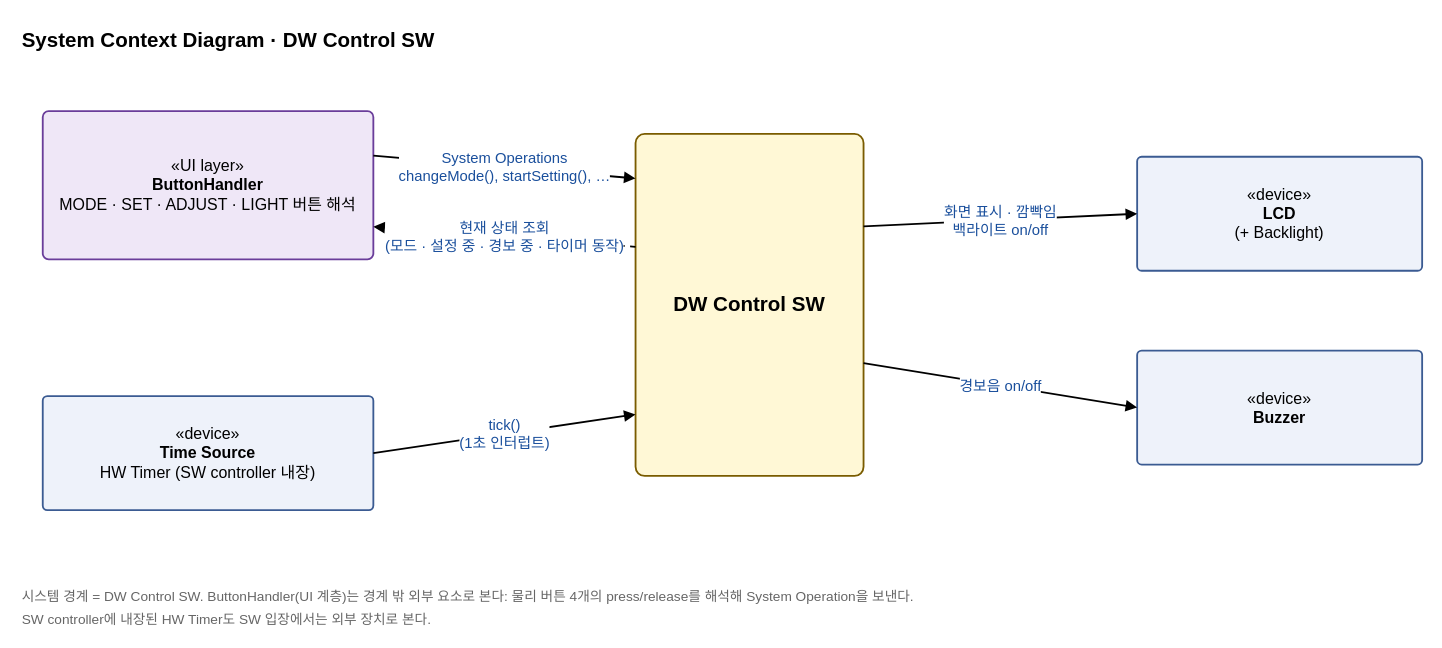
This is docs/OOAD/practice/context/DigitalWatch_SystemContext.drawio from sspring2048/AssoArch, a draw.io file, before an edit. Source tidied: cells renumbered, new cells numbered last; positions are measured from the earlier drawing's top-left corner, leaving out a move shared by most shapes. Both pictures are drawn from the tidied source at 114%, with x=0, y=0 at pixel (19, 19).
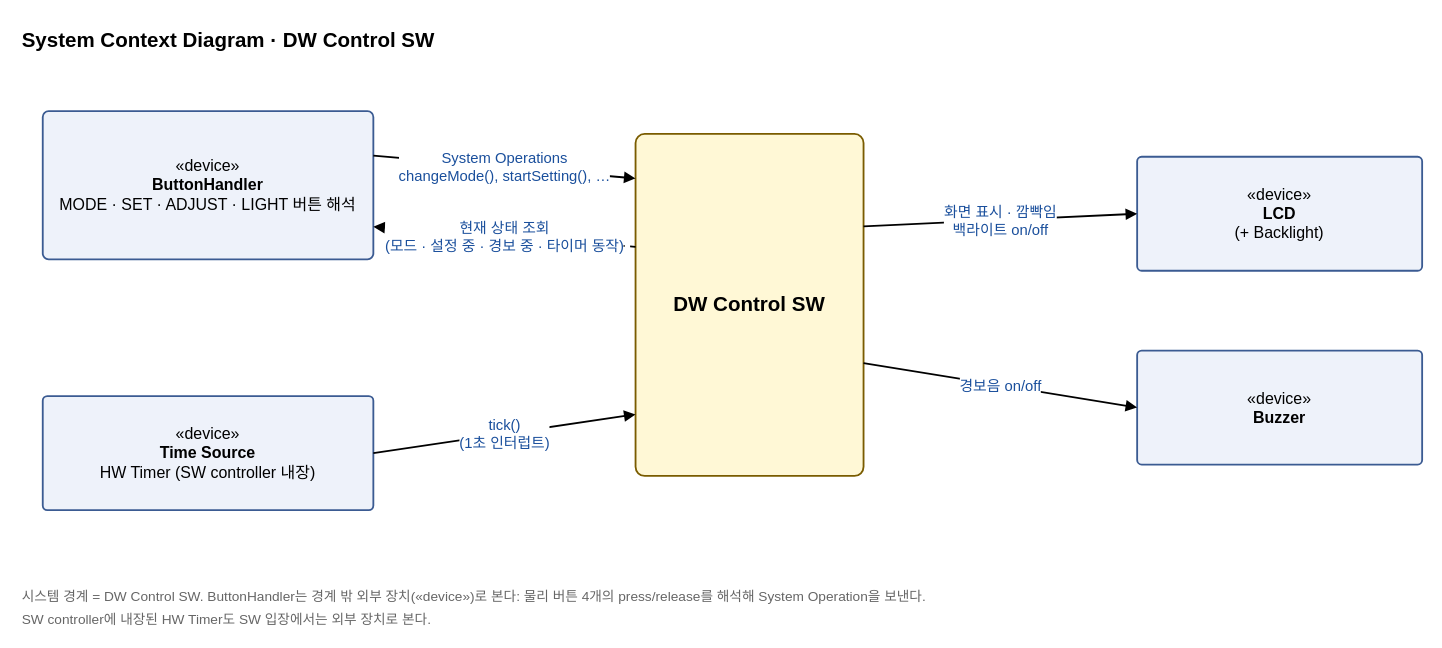
Above is the later version.

What changed in the source:
```diff
@@
 <mxGraphModel>
   <root>
     <mxCell id="0" />
     <mxCell id="1" parent="0" />
     <mxCell id="2" value="System Context Diagram · DW Control SW" style="text;fontSize=18;fontStyle=1;align=left;" parent="1" vertex="1">
       <mxGeometry width="520" height="30" as="geometry" />
     </mxCell>
-    <mxCell id="3" value="«UI layer»&lt;br&gt;&lt;b&gt;ButtonHandler&lt;/b&gt;&lt;br&gt;MODE · SET · ADJUST · LIGHT 버튼 해석" style="rounded=1;arcSize=4;whiteSpace=wrap;html=1;fillColor=#efe7f7;strokeColor=#6a3d9a;strokeWidth=1.6;fontSize=14;" parent="1" vertex="1">
+    <mxCell id="3" value="«device»&lt;br&gt;&lt;b&gt;ButtonHandler&lt;/b&gt;&lt;br&gt;MODE · SET · ADJUST · LIGHT 버튼 해석" style="rounded=1;arcSize=4;whiteSpace=wrap;html=1;fillColor=#eef2fa;strokeColor=#3b5b92;strokeWidth=1.6;fontSize=14;" parent="1" vertex="1">
       <mxGeometry x="20" y="80" width="290" height="130" as="geometry" />
     </mxCell>
     <mxCell id="4" value="«device»&lt;br&gt;&lt;b&gt;Time Source&lt;/b&gt;&lt;br&gt;HW Timer (SW controller 내장)" style="rounded=1;arcSize=4;whiteSpace=wrap;html=1;fillColor=#eef2fa;strokeColor=#3b5b92;strokeWidth=1.6;fontSize=14;" parent="1" vertex="1">
       <mxGeometry x="20" y="330" width="290" height="100" as="geometry" />
     </mxCell>
     <mxCell id="5" value="&lt;b&gt;DW Control SW&lt;/b&gt;" style="rounded=1;arcSize=4;whiteSpace=wrap;html=1;fillColor=#fff8d6;strokeColor=#7a5c00;strokeWidth=1.6;fontSize=18;" parent="1" vertex="1">
       <mxGeometry x="540" y="100" width="200" height="300" as="geometry" />
     </mxCell>
     <mxCell id="6" value="«device»&lt;br&gt;&lt;b&gt;LCD&lt;/b&gt;&lt;br&gt;(+ Backlight)" style="rounded=1;arcSize=4;whiteSpace=wrap;html=1;fillColor=#eef2fa;strokeColor=#3b5b92;strokeWidth=1.6;fontSize=14;" parent="1" vertex="1">
       <mxGeometry x="980" y="120" width="250" height="100" as="geometry" />
     </mxCell>
     <mxCell id="7" value="«device»&lt;br&gt;&lt;b&gt;Buzzer&lt;/b&gt;" style="rounded=1;arcSize=4;whiteSpace=wrap;html=1;fillColor=#eef2fa;strokeColor=#3b5b92;strokeWidth=1.6;fontSize=14;" parent="1" vertex="1">
       <mxGeometry x="980" y="290" width="250" height="100" as="geometry" />
     </mxCell>
     <mxCell id="8" value="System Operations&lt;br&gt;changeMode(), startSetting(), …" style="endArrow=block;endFill=1;html=1;strokeWidth=1.6;fontSize=13;fontColor=#1a4f9c;labelBackgroundColor=#ffffff;exitX=1;exitY=0.3;entryX=0;entryY=0.13;" parent="1" edge="1" source="3" target="5">
       <mxGeometry relative="1" as="geometry" />
     </mxCell>
     <mxCell id="9" value="현재 상태 조회&lt;br&gt;(모드 · 설정 중 · 경보 중 · 타이머 동작)" style="endArrow=block;endFill=1;html=1;strokeWidth=1.6;fontSize=13;fontColor=#1a4f9c;labelBackgroundColor=#ffffff;dashed=1;exitX=0;exitY=0.33;entryX=1;entryY=0.78;" parent="1" edge="1" source="5" target="3">
       <mxGeometry relative="1" as="geometry" />
     </mxCell>
     <mxCell id="10" value="tick()&lt;br&gt;(1초 인터럽트)" style="endArrow=block;endFill=1;html=1;strokeWidth=1.6;fontSize=13;fontColor=#1a4f9c;labelBackgroundColor=#ffffff;exitX=1;exitY=0.5;entryX=0;entryY=0.82;" parent="1" edge="1" source="4" target="5">
       <mxGeometry relative="1" as="geometry" />
     </mxCell>
     <mxCell id="11" value="화면 표시 · 깜빡임&lt;br&gt;백라이트 on/off" style="endArrow=block;endFill=1;html=1;strokeWidth=1.6;fontSize=13;fontColor=#1a4f9c;labelBackgroundColor=#ffffff;exitX=1;exitY=0.27;entryX=0;entryY=0.5;" parent="1" edge="1" source="5" target="6">
       <mxGeometry relative="1" as="geometry" />
     </mxCell>
     <mxCell id="12" value="경보음 on/off" style="endArrow=block;endFill=1;html=1;strokeWidth=1.6;fontSize=13;fontColor=#1a4f9c;labelBackgroundColor=#ffffff;exitX=1;exitY=0.67;entryX=0;entryY=0.5;" parent="1" edge="1" source="5" target="7">
       <mxGeometry relative="1" as="geometry" />
     </mxCell>
-    <mxCell id="13" value="시스템 경계 = DW Control SW. ButtonHandler(UI 계층)는 경계 밖 외부 요소로 본다: 물리 버튼 4개의 press/release를 해석해 System Operation을 보낸다." style="text;fontSize=12;fontColor=#666666;align=left;" parent="1" vertex="1">
+    <mxCell id="13" value="시스템 경계 = DW Control SW. ButtonHandler는 경계 밖 외부 장치(«device»)로 본다: 물리 버튼 4개의 press/release를 해석해 System Operation을 보낸다." style="text;fontSize=12;fontColor=#666666;align=left;" parent="1" vertex="1">
       <mxGeometry y="492" width="1100" height="22" as="geometry" />
     </mxCell>
     <mxCell id="14" value="SW controller에 내장된 HW Timer도 SW 입장에서는 외부 장치로 본다." style="text;fontSize=12;fontColor=#666666;align=left;" parent="1" vertex="1">
       <mxGeometry y="512" width="1100" height="22" as="geometry" />
     </mxCell>
   </root>
 </mxGraphModel>
```
